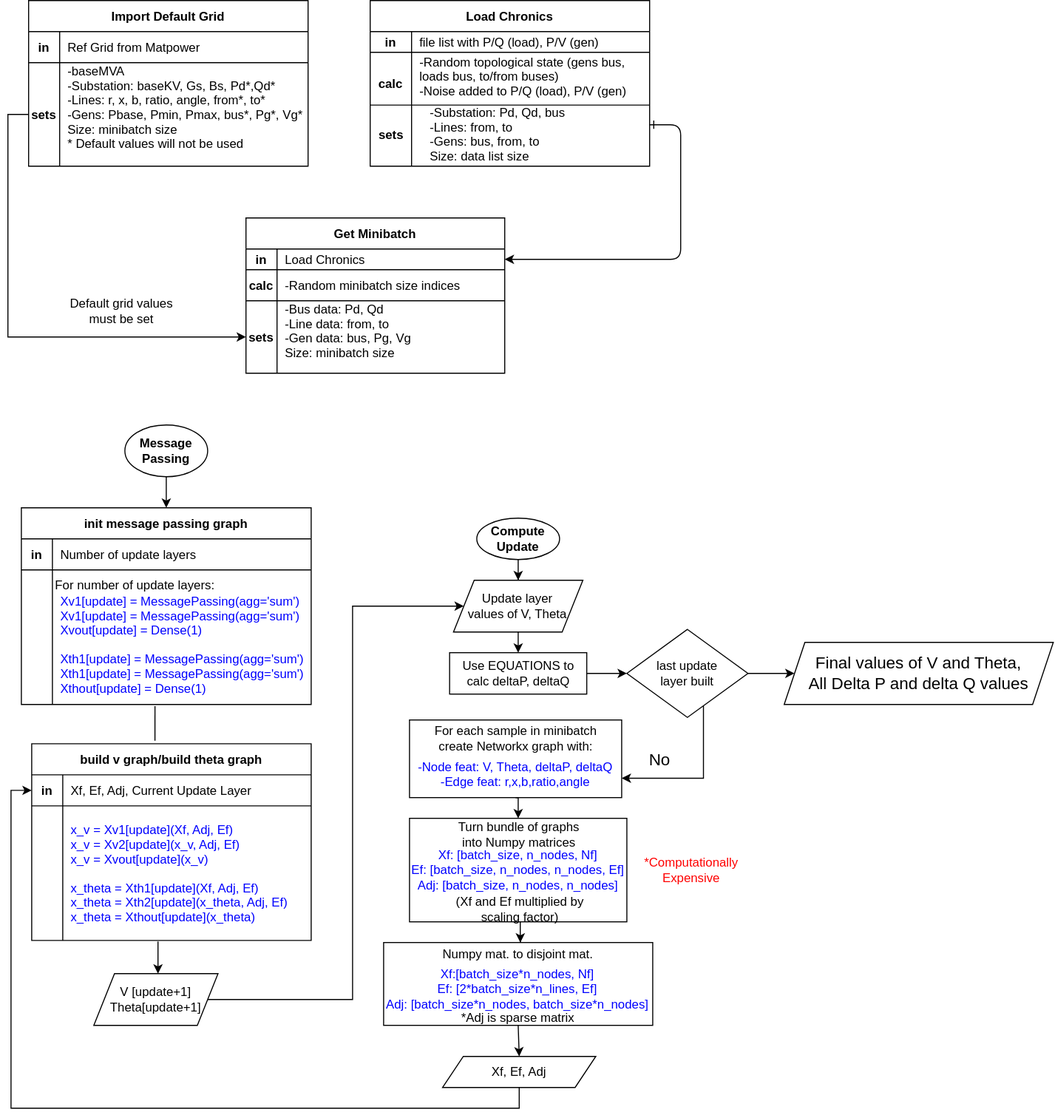
Above: PFdiagrams.svg in tanushBee/RLC1 (draw.io), before the change. Source tidied: cells renumbered, new cells last; positions are measured from the earlier drawing's top-left corner, leaving out a move shared by most shapes.
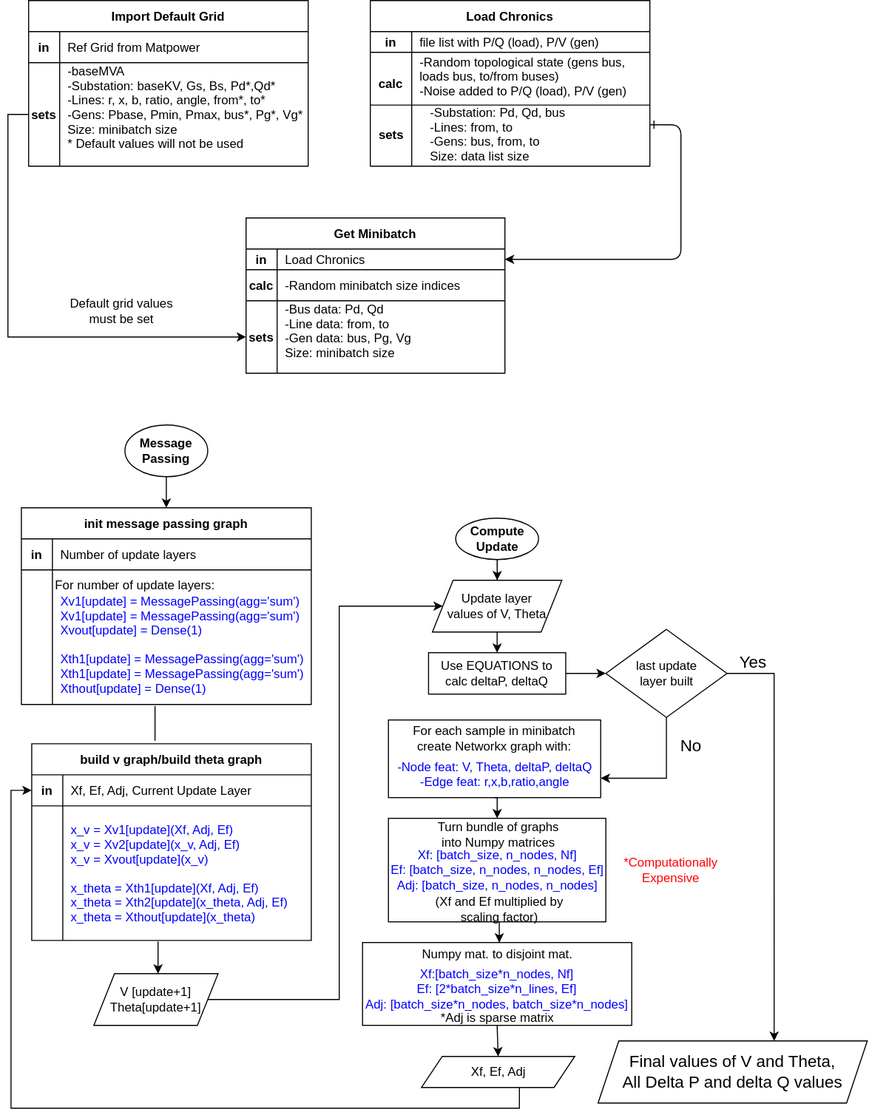
After the change.

What changed in the source:
```diff
@@ -106,55 +106,55 @@
       <mxGeometry relative="1" as="geometry" />
     </mxCell>
     <mxCell id="34" value="&lt;div&gt;&lt;b&gt;Compute&lt;/b&gt;&lt;/div&gt;&lt;div&gt;&lt;b&gt;Update&lt;br&gt;&lt;/b&gt;&lt;/div&gt;" style="ellipse;whiteSpace=wrap;html=1;" parent="1" vertex="1">
-      <mxGeometry x="450" y="500" width="80" height="40" as="geometry" />
+      <mxGeometry x="429.5" y="500" width="80" height="40" as="geometry" />
     </mxCell>
     <mxCell id="35" style="edgeStyle=orthogonalEdgeStyle;rounded=0;jettySize=auto;html=1;exitX=0.5;exitY=1;exitDx=0;exitDy=0;entryX=0.5;entryY=0;entryDx=0;entryDy=0;endArrow=classic;endFill=1;" parent="1" edge="1" source="36" target="38">
       <mxGeometry relative="1" as="geometry" />
     </mxCell>
     <mxCell id="36" value="&lt;div&gt;Update layer&lt;/div&gt;&lt;div&gt;values of V, Theta&lt;br&gt;&lt;/div&gt;" style="shape=parallelogram;perimeter=parallelogramPerimeter;whiteSpace=wrap;html=1;fixedSize=1;" parent="1" vertex="1">
-      <mxGeometry x="427.5" y="560" width="125" height="50" as="geometry" />
+      <mxGeometry x="407" y="560" width="125" height="50" as="geometry" />
     </mxCell>
     <mxCell id="37" style="edgeStyle=orthogonalEdgeStyle;rounded=0;jettySize=auto;html=1;exitX=1;exitY=0.5;exitDx=0;exitDy=0;entryX=0;entryY=0.5;entryDx=0;entryDy=0;endArrow=classic;endFill=1;fontColor=#000000;" parent="1" edge="1" source="38" target="76">
       <mxGeometry relative="1" as="geometry" />
     </mxCell>
     <mxCell id="38" value="Use EQUATIONS to calc deltaP, deltaQ" style="rounded=0;whiteSpace=wrap;html=1;" parent="1" vertex="1">
-      <mxGeometry x="423.8" y="630" width="132.5" height="40" as="geometry" />
+      <mxGeometry x="403.2" y="630" width="132.5" height="40" as="geometry" />
     </mxCell>
     <mxCell id="39" style="edgeStyle=orthogonalEdgeStyle;rounded=0;jettySize=auto;html=1;exitX=0.5;exitY=1;exitDx=0;exitDy=0;entryX=0.5;entryY=0;entryDx=0;entryDy=0;endArrow=classic;endFill=1;" parent="1" edge="1" source="40" target="41">
       <mxGeometry relative="1" as="geometry" />
     </mxCell>
     <mxCell id="40" value="&lt;div&gt;&lt;font color=&quot;#0000FF&quot;&gt;&lt;br&gt;&lt;/font&gt;&lt;/div&gt;&lt;div&gt;&lt;font color=&quot;#0000FF&quot;&gt;&lt;br&gt;&lt;/font&gt;&lt;/div&gt;&lt;div&gt;&lt;font color=&quot;#0000FF&quot;&gt;-Node feat: V, Theta, deltaP, deltaQ&lt;/font&gt;&lt;/div&gt;&lt;div&gt;&lt;font color=&quot;#0000FF&quot;&gt;-Edge feat: r,x,b,ratio,angle&lt;br&gt;&lt;/font&gt;&lt;/div&gt;" style="rounded=0;whiteSpace=wrap;html=1;" parent="1" vertex="1">
-      <mxGeometry x="385" y="695" width="205" height="75" as="geometry" />
+      <mxGeometry x="364.5" y="695" width="205" height="75" as="geometry" />
     </mxCell>
     <mxCell id="41" value="&lt;font color=&quot;#0000FF&quot;&gt;&lt;br&gt;&lt;/font&gt;&lt;div&gt;&lt;font color=&quot;#0000FF&quot;&gt;Xf: [batch_size, n_nodes, Nf]&lt;br&gt;&lt;/font&gt;&lt;/div&gt;&lt;div&gt;&lt;font color=&quot;#0000FF&quot;&gt;Ef: [batch_size, n_nodes, n_nodes, Ef]&lt;br&gt;Adj: [batch_size, n_nodes, n_nodes]&lt;br&gt;&lt;/font&gt;&lt;/div&gt;&lt;div&gt;&lt;font color=&quot;#0000FF&quot;&gt;&lt;br&gt;&lt;/font&gt;&lt;/div&gt;" style="rounded=0;whiteSpace=wrap;html=1;" parent="1" vertex="1">
-      <mxGeometry x="385" y="790" width="210" height="100" as="geometry" />
+      <mxGeometry x="364.5" y="790" width="210" height="100" as="geometry" />
     </mxCell>
     <mxCell id="42" value="&lt;div&gt;Turn bundle of graphs&lt;/div&gt;&lt;div&gt;into Numpy matrices&lt;/div&gt;" style="text;html=1;strokeColor=none;fillColor=none;align=center;verticalAlign=middle;whiteSpace=wrap;rounded=0;" parent="1" vertex="1">
-      <mxGeometry x="401" y="796" width="180" height="20" as="geometry" />
+      <mxGeometry x="380.5" y="796" width="180" height="20" as="geometry" />
     </mxCell>
     <mxCell id="43" value="&lt;div&gt;For each sample in minibatch create Networkx graph with:&lt;/div&gt;" style="text;html=1;strokeColor=none;fillColor=none;align=center;verticalAlign=middle;whiteSpace=wrap;rounded=0;" parent="1" vertex="1">
-      <mxGeometry x="398" y="703" width="180" height="20" as="geometry" />
+      <mxGeometry x="377.5" y="703" width="180" height="20" as="geometry" />
     </mxCell>
     <mxCell id="44" style="edgeStyle=orthogonalEdgeStyle;rounded=0;jettySize=auto;html=1;entryX=0.508;entryY=0;entryDx=0;entryDy=0;entryPerimeter=0;endArrow=classic;endFill=1;fontColor=#000000;" parent="1" edge="1" source="45" target="47">
       <mxGeometry relative="1" as="geometry" />
     </mxCell>
     <mxCell id="45" value="&lt;div&gt;(Xf and Ef multiplied by &lt;br&gt;&lt;/div&gt;&lt;div&gt;scaling factor)&lt;/div&gt;" style="text;html=1;strokeColor=none;fillColor=none;align=center;verticalAlign=middle;whiteSpace=wrap;rounded=0;fontColor=#000000;" parent="1" vertex="1">
-      <mxGeometry x="412" y="866" width="160" height="24" as="geometry" />
+      <mxGeometry x="391.5" y="866" width="160" height="24" as="geometry" />
     </mxCell>
     <mxCell id="46" value="&lt;div&gt;*Computationally&lt;/div&gt;&lt;div&gt;Expensive&lt;br&gt;&lt;/div&gt;" style="text;html=1;align=center;verticalAlign=middle;fontColor=#FF0000;" parent="1" vertex="1">
-      <mxGeometry x="602" y="825" width="110" height="30" as="geometry" />
+      <mxGeometry x="581.5" y="825" width="110" height="30" as="geometry" />
     </mxCell>
     <mxCell id="47" value="&lt;div&gt;Numpy mat. to disjoint mat.&lt;/div&gt;&lt;div&gt;&lt;br&gt;&lt;/div&gt;&lt;div&gt;&lt;br&gt;&lt;/div&gt;&lt;div&gt;&lt;br&gt;&lt;/div&gt;&lt;div&gt;&lt;br&gt;&lt;/div&gt;" style="rounded=0;whiteSpace=wrap;html=1;" parent="1" vertex="1">
-      <mxGeometry x="360" y="910" width="260" height="80" as="geometry" />
+      <mxGeometry x="339.5" y="910" width="260" height="80" as="geometry" />
     </mxCell>
     <mxCell id="48" value="&lt;div&gt;&lt;font color=&quot;#0000FF&quot;&gt;Xf:[batch_size*n_nodes, Nf]&lt;/font&gt;&lt;/div&gt;&lt;div&gt;&lt;font color=&quot;#0000FF&quot;&gt;Ef: [2*batch_size*n_lines, Ef]&lt;/font&gt;&lt;/div&gt;&lt;div&gt;&lt;font color=&quot;#0000FF&quot;&gt;Adj: [batch_size*n_nodes, batch_size*n_nodes]&lt;br&gt;&lt;/font&gt;&lt;/div&gt;" style="text;html=1;strokeColor=none;fillColor=none;align=center;verticalAlign=middle;whiteSpace=wrap;rounded=0;fontColor=#000000;" parent="1" vertex="1">
-      <mxGeometry x="357.5" y="940" width="265" height="30" as="geometry" />
+      <mxGeometry x="337" y="940" width="265" height="30" as="geometry" />
     </mxCell>
     <mxCell id="49" style="edgeStyle=orthogonalEdgeStyle;rounded=0;jettySize=auto;html=1;exitX=0.5;exitY=1;exitDx=0;exitDy=0;entryX=0.5;entryY=0;entryDx=0;entryDy=0;endArrow=classic;endFill=1;fontColor=#000000;" parent="1" edge="1" source="50" target="52">
       <mxGeometry relative="1" as="geometry" />
     </mxCell>
     <mxCell id="50" value="*Adj is sparse matrix" style="text;html=1;strokeColor=none;fillColor=none;align=center;verticalAlign=middle;whiteSpace=wrap;rounded=0;fontColor=#000000;" parent="1" vertex="1">
-      <mxGeometry x="415" y="975" width="150" height="15" as="geometry" />
+      <mxGeometry x="394.5" y="975" width="150" height="15" as="geometry" />
     </mxCell>
     <mxCell id="51" style="edgeStyle=orthogonalEdgeStyle;rounded=0;jettySize=auto;html=1;entryX=0;entryY=0.5;entryDx=0;entryDy=0;endArrow=classic;endFill=1;fontColor=#000000;" parent="1" edge="1" source="52" target="67">
       <mxGeometry relative="1" as="geometry">
@@ -166,7 +166,7 @@
       </mxGeometry>
     </mxCell>
     <mxCell id="52" value="Xf, Ef, Adj" style="shape=parallelogram;perimeter=parallelogramPerimeter;whiteSpace=wrap;html=1;fixedSize=1;fontColor=#000000;" parent="1" vertex="1">
-      <mxGeometry x="417" y="1020" width="148" height="30" as="geometry" />
+      <mxGeometry x="396.5" y="1020" width="148" height="30" as="geometry" />
     </mxCell>
     <mxCell id="53" style="edgeStyle=orthogonalEdgeStyle;rounded=0;jettySize=auto;html=1;endArrow=classic;endFill=1;fontColor=#000000;" parent="1" edge="1" source="54" target="59">
       <mxGeometry relative="1" as="geometry" />
@@ -177,8 +177,8 @@
     <mxCell id="55" style="edgeStyle=orthogonalEdgeStyle;rounded=0;jettySize=auto;html=1;entryX=0;entryY=0.5;entryDx=0;entryDy=0;endArrow=classic;endFill=1;fontColor=#000000;" parent="1" edge="1" source="56" target="36">
       <mxGeometry relative="1" as="geometry">
         <Array as="points">
-          <mxPoint x="330" y="965" />
-          <mxPoint x="330" y="585" />
+          <mxPoint x="317" y="965" />
+          <mxPoint x="317" y="585" />
         </Array>
       </mxGeometry>
     </mxCell>
@@ -239,24 +239,31 @@
     <mxCell id="73" value="For number of update layers:" style="text;html=1;strokeColor=none;fillColor=none;align=center;verticalAlign=middle;whiteSpace=wrap;rounded=0;" parent="1" vertex="1">
       <mxGeometry x="30" y="555" width="180" height="20" as="geometry" />
     </mxCell>
-    <mxCell id="74" style="edgeStyle=orthogonalEdgeStyle;rounded=0;jettySize=auto;html=1;entryX=1;entryY=0.75;entryDx=0;entryDy=0;endArrow=classic;endFill=1;fontColor=#000000;" parent="1" edge="1" source="76" target="40">
+    <mxCell id="74" style="edgeStyle=orthogonalEdgeStyle;rounded=0;jettySize=auto;html=1;entryX=1;entryY=0.75;entryDx=0;entryDy=0;endArrow=classic;endFill=1;fontColor=#000000;exitX=0.5;exitY=1;exitDx=0;exitDy=0;" parent="1" edge="1" source="76" target="40">
       <mxGeometry relative="1" as="geometry">
         <Array as="points">
-          <mxPoint x="669" y="751" />
+          <mxPoint x="633" y="751" />
         </Array>
       </mxGeometry>
     </mxCell>
-    <mxCell id="75" style="edgeStyle=orthogonalEdgeStyle;rounded=0;jettySize=auto;html=1;entryX=0;entryY=0.5;entryDx=0;entryDy=0;endArrow=classic;endFill=1;fontSize=16;fontColor=#000000;" parent="1" edge="1" source="76" target="78">
-      <mxGeometry relative="1" as="geometry" />
+    <mxCell id="75" style="edgeStyle=orthogonalEdgeStyle;rounded=0;jettySize=auto;html=1;entryX=0.654;entryY=0;entryDx=0;entryDy=0;entryPerimeter=0;endArrow=classic;endFill=1;fontSize=16;fontColor=#000000;" parent="1" edge="1" source="76" target="78">
+      <mxGeometry relative="1" as="geometry">
+        <Array as="points">
+          <mxPoint x="737" y="650" />
+        </Array>
+      </mxGeometry>
     </mxCell>
     <mxCell id="76" value="&lt;div&gt;last update&lt;/div&gt;&lt;div&gt;layer built&lt;br&gt;&lt;/div&gt;" style="rhombus;whiteSpace=wrap;html=1;fontColor=#000000;" parent="1" vertex="1">
-      <mxGeometry x="595" y="607.5" width="117" height="85" as="geometry" />
+      <mxGeometry x="574.5" y="607.5" width="117" height="85" as="geometry" />
     </mxCell>
     <mxCell id="77" value="No" style="text;html=1;strokeColor=none;fillColor=none;align=center;verticalAlign=middle;whiteSpace=wrap;rounded=0;fontColor=#000000;fontSize=16;" parent="1" vertex="1">
-      <mxGeometry x="607" y="723" width="40" height="20" as="geometry" />
+      <mxGeometry x="637" y="710" width="40" height="20" as="geometry" />
     </mxCell>
     <mxCell id="78" value="&lt;div&gt;Final values of V and Theta,&lt;/div&gt;&lt;div&gt;All Delta P and delta Q values&lt;br&gt;&lt;/div&gt;" style="shape=parallelogram;perimeter=parallelogramPerimeter;whiteSpace=wrap;html=1;fixedSize=1;fontSize=16;fontColor=#000000;" parent="1" vertex="1">
-      <mxGeometry x="747" y="620" width="260" height="60" as="geometry" />
+      <mxGeometry x="567" y="1005" width="260" height="60" as="geometry" />
     </mxCell>
+    <mxCell id="79" value="Yes" style="text;html=1;strokeColor=none;fillColor=none;align=center;verticalAlign=middle;whiteSpace=wrap;rounded=0;fontSize=16;fontColor=#000000;" parent="1" vertex="1">
+      <mxGeometry x="697" y="629" width="40" height="20" as="geometry" />
+    </mxCell>
   </root>
 </mxGraphModel>
```
